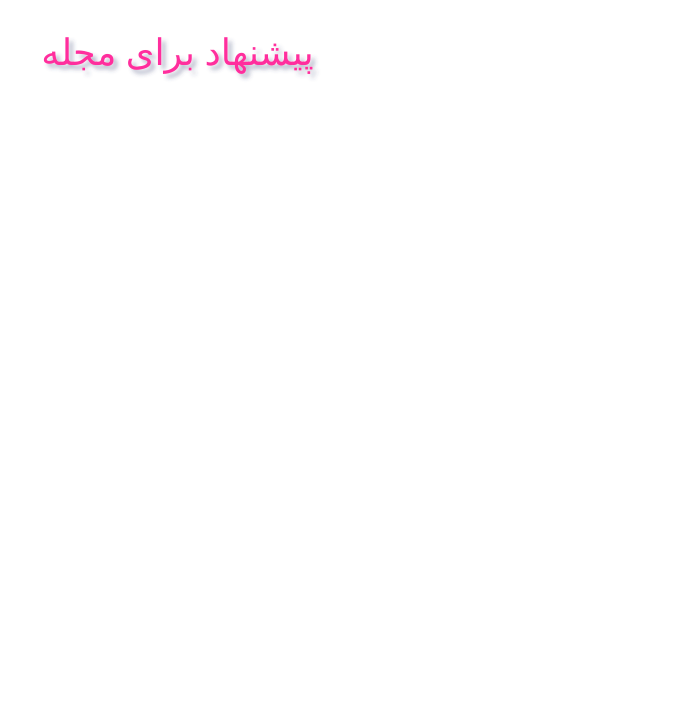
Matinrezaei/Software-Lab keeps this draw.io diagram as page "پیشنهاد برای مجله" (4 of 20) of Sequence Diagram/SequenceDiagram.drawio. Above is the earlier version. Source tidied: cells renumbered, new cells numbered last; positions are measured from the earlier drawing's top-left corner, leaving out a move shared by most shapes. Both pictures are drawn from the tidied source at 122%, with x=0, y=0 at pixel (21, 21).
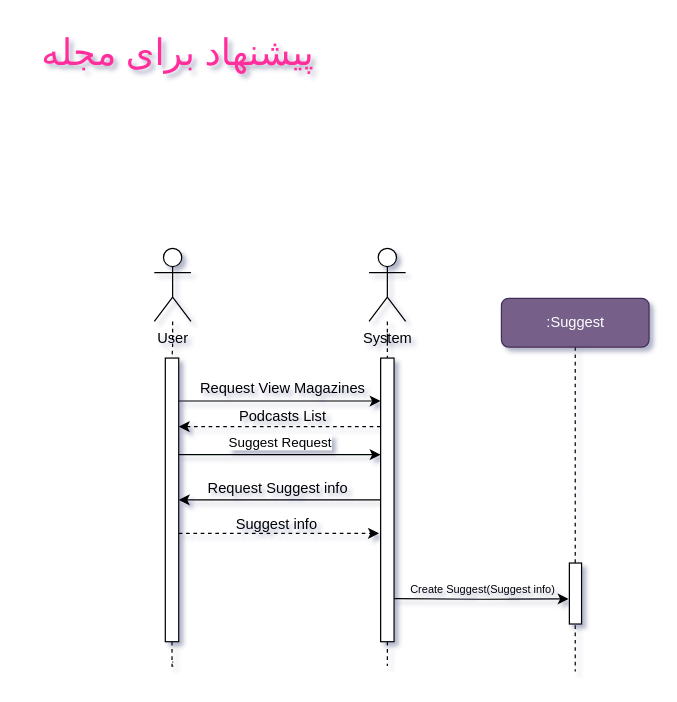
After the change.

The edit, as a diff of the source:
```diff
@@
+    <mxCell id="3" style="edgeStyle=orthogonalEdgeStyle;rounded=0;jettySize=auto;html=1;dashed=1;endArrow=none;endFill=0;" parent="1" edge="1" source="11">
+      <mxGeometry relative="1" as="geometry">
+        <mxPoint x="124" y="524.8" as="targetPoint" />
+      </mxGeometry>
+    </mxCell>
+    <mxCell id="4" value="User" style="shape=umlActor;verticalLabelPosition=bottom;verticalAlign=top;html=1;outlineConnect=0;" parent="1" vertex="1">
+      <mxGeometry x="109" y="186" width="30" height="60" as="geometry" />
+    </mxCell>
+    <mxCell id="5" style="edgeStyle=orthogonalEdgeStyle;rounded=0;jettySize=auto;html=1;dashed=1;endArrow=none;endFill=0;" parent="1" edge="1" source="14">
+      <mxGeometry relative="1" as="geometry">
+        <mxPoint x="300" y="525.2" as="targetPoint" />
+      </mxGeometry>
+    </mxCell>
+    <mxCell id="6" value="System" style="shape=umlActor;verticalLabelPosition=bottom;verticalAlign=top;html=1;outlineConnect=0;" parent="1" vertex="1">
+      <mxGeometry x="285" y="186" width="30" height="60" as="geometry" />
+    </mxCell>
+    <mxCell id="7" style="edgeStyle=orthogonalEdgeStyle;rounded=0;jettySize=auto;html=1;dashed=1;endArrow=none;endFill=0;" parent="1" edge="1" source="4" target="11">
+      <mxGeometry relative="1" as="geometry" />
+    </mxCell>
+    <mxCell id="8" style="edgeStyle=orthogonalEdgeStyle;rounded=0;orthogonalLoop=1;jettySize=auto;html=1;entryX=0.5;entryY=1;entryDx=0;entryDy=0;" parent="1" edge="1">
+      <mxGeometry relative="1" as="geometry">
+        <mxPoint x="129" y="311.2" as="sourcePoint" />
+        <mxPoint x="294.5" y="311.2" as="targetPoint" />
+      </mxGeometry>
+    </mxCell>
+    <mxCell id="9" style="edgeStyle=orthogonalEdgeStyle;rounded=0;orthogonalLoop=1;jettySize=auto;html=1;entryX=0.5;entryY=1;entryDx=0;entryDy=0;" parent="1" edge="1">
+      <mxGeometry relative="1" as="geometry">
+        <mxPoint x="129" y="355.2" as="sourcePoint" />
+        <mxPoint x="294.5" y="355.2" as="targetPoint" />
+      </mxGeometry>
+    </mxCell>
+    <mxCell id="10" value="Suggest Request" style="edgeLabel;html=1;align=center;verticalAlign=middle;" parent="9" vertex="1">
+      <mxGeometry x="-0.02" y="5" relative="1" as="geometry">
+        <mxPoint x="1" y="-6" as="offset" />
+      </mxGeometry>
+    </mxCell>
+    <mxCell id="11" style="rounded=0;whiteSpace=wrap;html=1;direction=south;" parent="1" vertex="1">
+      <mxGeometry x="118" y="276" width="11" height="232.5" as="geometry" />
+    </mxCell>
+    <mxCell id="12" style="edgeStyle=orthogonalEdgeStyle;rounded=0;jettySize=auto;html=1;dashed=1;endArrow=none;endFill=0;" parent="1" edge="1" source="6" target="14">
+      <mxGeometry relative="1" as="geometry" />
+    </mxCell>
+    <mxCell id="13" style="edgeStyle=orthogonalEdgeStyle;rounded=0;jettySize=auto;html=1;entryX=0.5;entryY=0;entryDx=0;entryDy=0;" parent="1" edge="1" source="14" target="11">
+      <mxGeometry relative="1" as="geometry" />
+    </mxCell>
+    <mxCell id="14" style="rounded=0;whiteSpace=wrap;html=1;direction=south;" parent="1" vertex="1">
+      <mxGeometry x="294.5" y="276" width="11" height="232.5" as="geometry" />
+    </mxCell>
+    <mxCell id="15" style="edgeStyle=orthogonalEdgeStyle;rounded=0;jettySize=auto;html=1;dashed=1;endArrow=none;endFill=0;" parent="1" edge="1" source="16">
+      <mxGeometry relative="1" as="geometry">
+        <mxPoint x="454" y="533" as="targetPoint" />
+      </mxGeometry>
+    </mxCell>
+    <mxCell id="16" value=":Suggest" style="rounded=1;whiteSpace=wrap;html=1;fillColor=#76608a;fontColor=#ffffff;strokeColor=#432D57;" parent="1" vertex="1">
+      <mxGeometry x="393.5" y="227" width="121" height="40" as="geometry" />
+    </mxCell>
+    <mxCell id="17" value="Request View Magazines" style="text;html=1;align=center;verticalAlign=middle;strokeColor=none;fillColor=none;" parent="1" vertex="1">
+      <mxGeometry x="137" y="288" width="153" height="26" as="geometry" />
+    </mxCell>
+    <mxCell id="18" style="rounded=0;whiteSpace=wrap;html=1;direction=south;" parent="1" vertex="1">
+      <mxGeometry x="449.2" y="444" width="10" height="50" as="geometry" />
+    </mxCell>
+    <mxCell id="19" style="edgeStyle=orthogonalEdgeStyle;rounded=0;orthogonalLoop=1;jettySize=auto;html=1;entryX=0.349;entryY=1.065;entryDx=0;entryDy=0;entryPerimeter=0;" parent="1" edge="1">
+      <mxGeometry relative="1" as="geometry">
+        <mxPoint x="305.5" y="473.2" as="sourcePoint" />
+        <mxPoint x="448.6" y="473.4" as="targetPoint" />
+      </mxGeometry>
+    </mxCell>
+    <mxCell id="20" value="&lt;font style=&quot;font-size: 9px;&quot;&gt;Create Suggest(Suggest info)&lt;/font&gt;" style="text;html=1;align=center;verticalAlign=middle;strokeColor=none;fillColor=none;" parent="1" vertex="1">
+      <mxGeometry x="310" y="452" width="136" height="26" as="geometry" />
+    </mxCell>
+    <mxCell id="21" value="Request Suggest info" style="text;html=1;align=center;verticalAlign=middle;strokeColor=none;fillColor=none;" parent="1" vertex="1">
+      <mxGeometry x="144" y="370" width="132" height="26" as="geometry" />
+    </mxCell>
+    <mxCell id="22" style="edgeStyle=orthogonalEdgeStyle;rounded=0;jettySize=auto;html=1;entryX=0.618;entryY=1.123;entryDx=0;entryDy=0;entryPerimeter=0;dashed=1;" parent="1" edge="1" source="11" target="14">
+      <mxGeometry relative="1" as="geometry">
+        <Array as="points">
+          <mxPoint x="212" y="419" />
+        </Array>
+      </mxGeometry>
+    </mxCell>
+    <mxCell id="23" value="Suggest info" style="text;html=1;align=center;verticalAlign=middle;strokeColor=none;fillColor=none;" parent="1" vertex="1">
+      <mxGeometry x="167" y="400" width="84" height="26" as="geometry" />
+    </mxCell>
+    <mxCell id="24" style="edgeStyle=orthogonalEdgeStyle;rounded=0;orthogonalLoop=1;jettySize=auto;html=1;dashed=1;" parent="1" edge="1">
+      <mxGeometry relative="1" as="geometry">
+        <mxPoint x="294.5" y="332.2" as="sourcePoint" />
+        <mxPoint x="129" y="332.2" as="targetPoint" />
+      </mxGeometry>
+    </mxCell>
+    <mxCell id="25" value="Podcasts List" style="text;html=1;align=center;verticalAlign=middle;strokeColor=none;fillColor=none;" parent="1" vertex="1">
+      <mxGeometry x="169" y="311" width="89" height="26" as="geometry" />
+    </mxCell>
```
